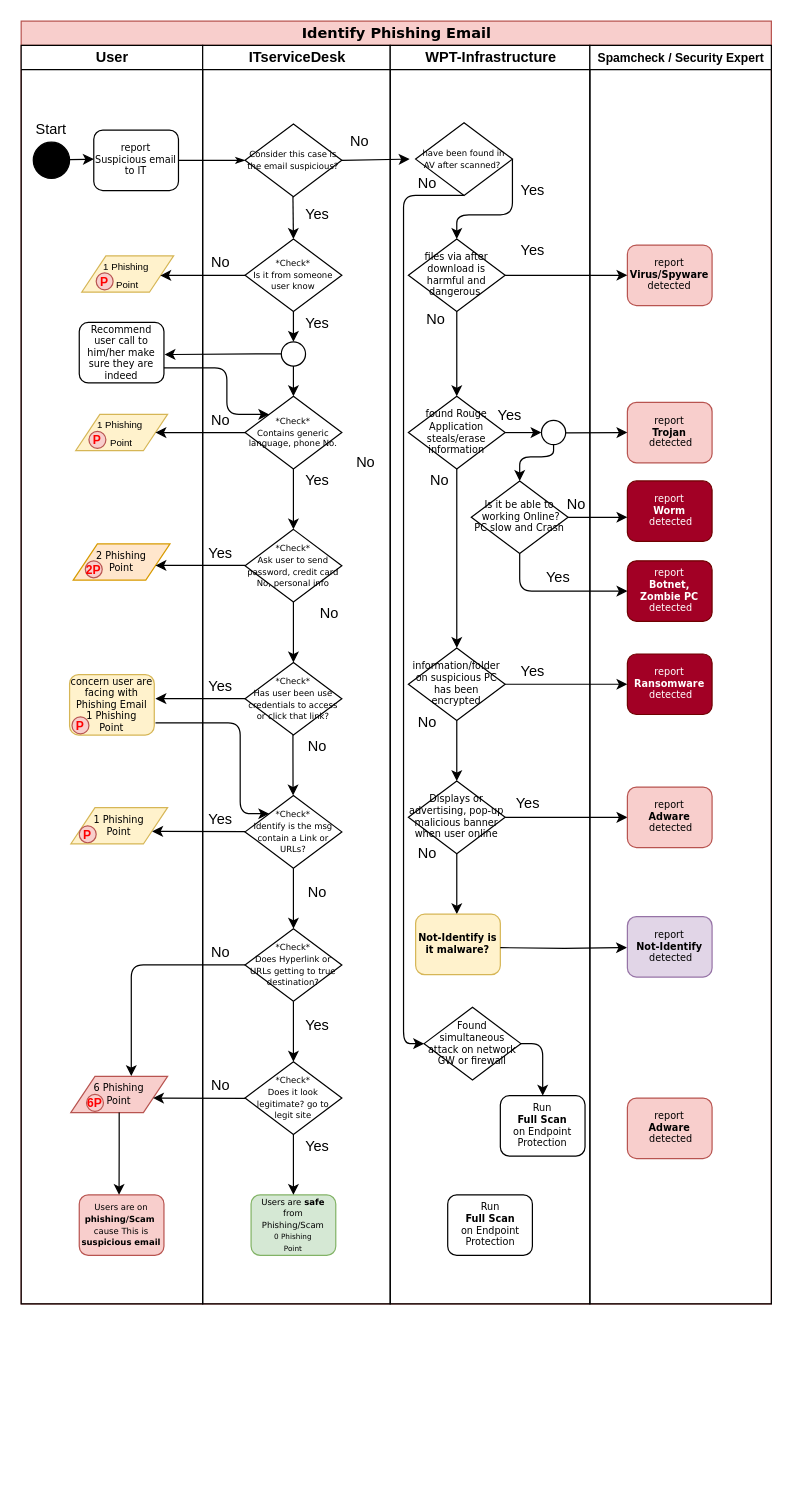
psukasame/sukasamecloud keeps this draw.io diagram as Untitled Diagram.drawio. Above is the earlier version. Source tidied: cells renumbered, new cells numbered last; positions are measured from the earlier drawing's top-left corner, leaving out a move shared by most shapes. Both pictures are drawn from the tidied source at 121%, with x=0, y=0 at pixel (21, 21).
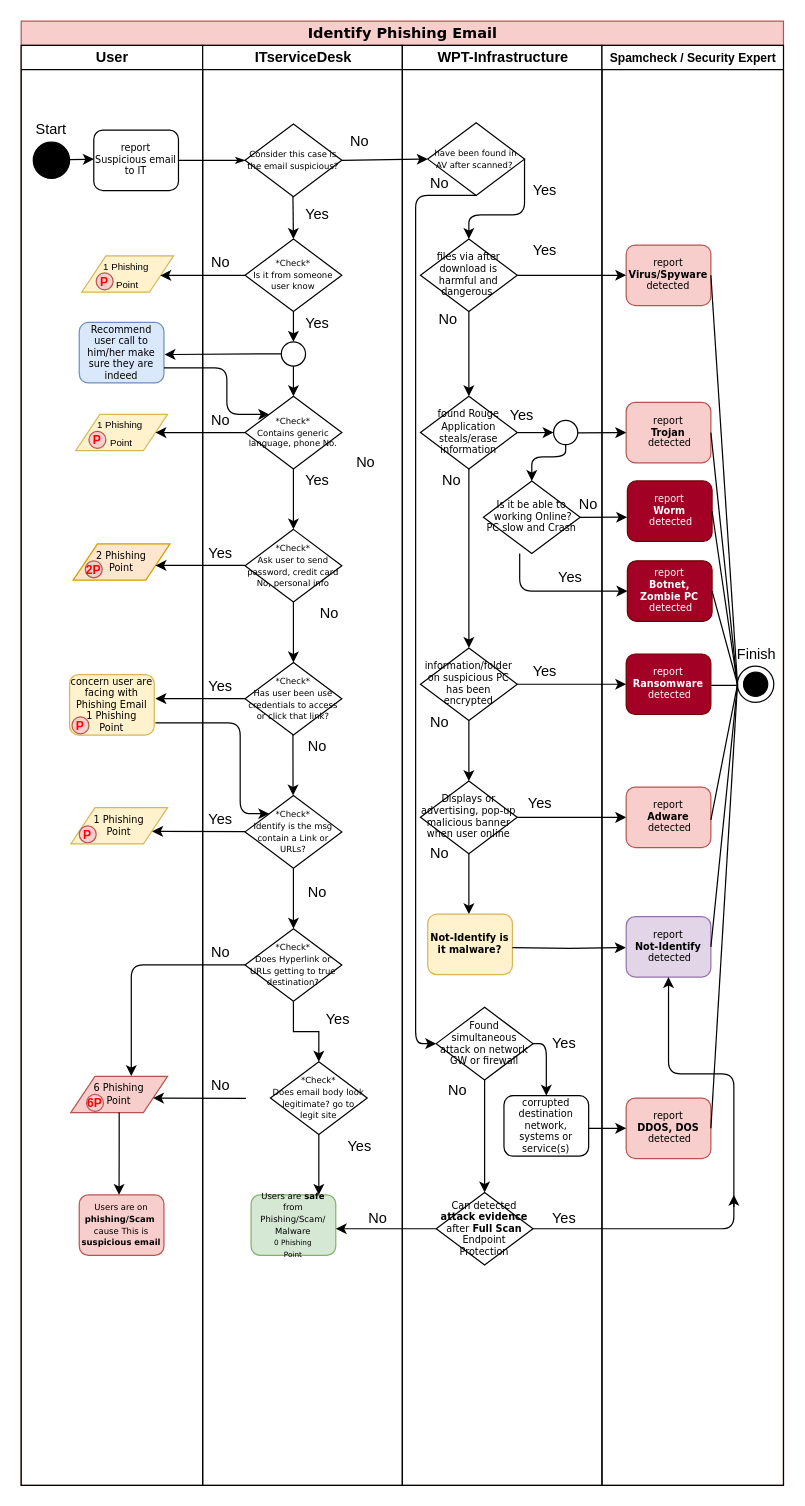
Above is the later version.

Unchanged cells that the change refers to:
```xml
<mxCell id="65" value="&lt;span style=&quot;font-size: 7px&quot;&gt;Consider this case is the email suspicious?&lt;/span&gt;" style="rhombus;whiteSpace=wrap;html=1;rounded=0;shadow=0;labelBackgroundColor=none;strokeWidth=1;fontFamily=Verdana;fontSize=8;align=center;" parent="28" vertex="1">
  <mxGeometry x="35" y="65" width="80" height="60" as="geometry" />
</mxCell>
<mxCell id="74" value="&lt;span style=&quot;font-size: 7px&quot;&gt;have been found in AV after scanned?&amp;nbsp;&lt;/span&gt;" style="rhombus;whiteSpace=wrap;html=1;rounded=0;shadow=0;labelBackgroundColor=none;strokeWidth=1;fontFamily=Verdana;fontSize=8;align=center;" parent="73" vertex="1">
  <mxGeometry x="21" y="64" width="80" height="60" as="geometry" />
</mxCell>
<mxCell id="92" value="Found simultaneous attack on network GW or firewall" style="rhombus;whiteSpace=wrap;html=1;rounded=0;shadow=0;labelBackgroundColor=none;strokeWidth=1;fontFamily=Verdana;fontSize=8;align=center;" parent="73" vertex="1">
  <mxGeometry x="28" y="795" width="80" height="60" as="geometry" />
</mxCell>
<mxCell id="94" value="Is it be able to&lt;br&gt;&amp;nbsp;working Online?&lt;br&gt;PC slow and Crash" style="rhombus;whiteSpace=wrap;html=1;rounded=0;shadow=0;labelBackgroundColor=none;strokeWidth=1;fontFamily=Verdana;fontSize=8;align=center;" parent="73" vertex="1">
  <mxGeometry x="67" y="360" width="80" height="60" as="geometry" />
</mxCell>
```

The edit, as a diff of the source:
```diff
@@
     <mxCell id="2" value="&lt;font style=&quot;font-size: 12px&quot;&gt;Identify Phishing Email&lt;/font&gt;" style="swimlane;html=1;startSize=20;rounded=0;shadow=0;labelBackgroundColor=none;strokeWidth=1;fontFamily=Verdana;fontSize=8;align=center;fillColor=#f8cecc;strokeColor=#b85450;" parent="1" vertex="1">
-      <mxGeometry width="620" height="1060" as="geometry" />
+      <mxGeometry width="630" height="1210" as="geometry" />
     </mxCell>
@@
     <mxCell id="4" value="User" style="swimlane;html=1;startSize=20;" parent="2" vertex="1">
-      <mxGeometry y="20" width="150" height="1040" as="geometry" />
+      <mxGeometry y="20" width="150" height="1190" as="geometry" />
     </mxCell>
@@
-    <mxCell id="12" value="Recommend user call to him/her make sure they are indeed" style="rounded=1;whiteSpace=wrap;html=1;shadow=0;labelBackgroundColor=none;strokeWidth=1;fontFamily=Verdana;fontSize=8;align=center;" parent="4" vertex="1">
+    <mxCell id="12" value="Recommend user call to him/her make sure they are indeed" style="rounded=1;whiteSpace=wrap;html=1;shadow=0;labelBackgroundColor=none;strokeWidth=1;fontFamily=Verdana;fontSize=8;align=center;fillColor=#dae8fc;strokeColor=#6c8ebf;" parent="4" vertex="1">
       <mxGeometry x="48" y="229" width="70" height="50" as="geometry" />
     </mxCell>
@@
     <mxCell id="28" value="ITserviceDesk" style="swimlane;html=1;startSize=20;" parent="2" vertex="1">
-      <mxGeometry x="150" y="20" width="155" height="1040" as="geometry" />
+      <mxGeometry x="150" y="20" width="165" height="1190" as="geometry" />
     </mxCell>
@@
-    <mxCell id="51" value="&lt;span style=&quot;font-size: 7px&quot;&gt;*Check*&lt;br&gt;Does it look legitimate? go to &lt;br&gt;legit site&lt;/span&gt;" style="rhombus;whiteSpace=wrap;html=1;rounded=0;shadow=0;labelBackgroundColor=none;strokeWidth=1;fontFamily=Verdana;fontSize=8;align=center;" parent="28" vertex="1">
-      <mxGeometry x="35" y="840" width="80" height="60" as="geometry" />
+    <mxCell id="51" value="&lt;span style=&quot;font-size: 7px&quot;&gt;*Check*&lt;br&gt;Does email body look legitimate? go to &lt;br&gt;legit site&lt;/span&gt;" style="rhombus;whiteSpace=wrap;html=1;rounded=0;shadow=0;labelBackgroundColor=none;strokeWidth=1;fontFamily=Verdana;fontSize=8;align=center;" parent="28" vertex="1">
+      <mxGeometry x="56" y="840" width="80" height="60" as="geometry" />
     </mxCell>
@@
     <mxCell id="55" value="Yes" style="text;html=1;strokeColor=none;fillColor=none;align=center;verticalAlign=middle;whiteSpace=wrap;rounded=0;" parent="28" vertex="1">
-      <mxGeometry x="75" y="800" width="40" height="20" as="geometry" />
+      <mxGeometry x="92" y="795" width="40" height="20" as="geometry" />
     </mxCell>
@@
-    <mxCell id="57" value="&lt;span style=&quot;font-size: 7px&quot;&gt;Users are&lt;b&gt; safe &lt;/b&gt;from Phishing/Scam&lt;br&gt;&lt;/span&gt;&lt;font style=&quot;font-size: 6px&quot;&gt;0 Phishing&lt;br&gt;Point&lt;/font&gt;&lt;span style=&quot;font-size: 7px&quot;&gt;&lt;br&gt;&lt;/span&gt;" style="rounded=1;whiteSpace=wrap;html=1;shadow=0;labelBackgroundColor=none;strokeWidth=1;fontFamily=Verdana;fontSize=8;align=center;fillColor=#d5e8d4;strokeColor=#82b366;" parent="28" vertex="1">
+    <mxCell id="57" value="&lt;span style=&quot;font-size: 7px&quot;&gt;Users are&lt;b&gt; safe &lt;/b&gt;from Phishing/Scam/&lt;br&gt;Malware&lt;br&gt;&lt;/span&gt;&lt;font style=&quot;font-size: 6px&quot;&gt;0 Phishing&lt;br&gt;Point&lt;/font&gt;&lt;span style=&quot;font-size: 7px&quot;&gt;&lt;br&gt;&lt;/span&gt;" style="rounded=1;whiteSpace=wrap;html=1;shadow=0;labelBackgroundColor=none;strokeWidth=1;fontFamily=Verdana;fontSize=8;align=center;fillColor=#d5e8d4;strokeColor=#82b366;" parent="28" vertex="1">
       <mxGeometry x="40" y="950" width="70" height="50" as="geometry" />
     </mxCell>
@@
     <mxCell id="61" style="edgeStyle=orthogonalEdgeStyle;rounded=0;orthogonalLoop=1;jettySize=auto;html=1;" parent="28" edge="1">
       <mxGeometry relative="1" as="geometry">
-        <mxPoint x="75" y="900" as="sourcePoint" />
-        <mxPoint x="75" y="950" as="targetPoint" />
+        <mxPoint x="96" y="900" as="sourcePoint" />
+        <mxPoint x="96" y="950" as="targetPoint" />
       </mxGeometry>
     </mxCell>
@@
     <mxCell id="63" value="Yes" style="text;html=1;strokeColor=none;fillColor=none;align=center;verticalAlign=middle;whiteSpace=wrap;rounded=0;" parent="28" vertex="1">
-      <mxGeometry x="75" y="900" width="40" height="20" as="geometry" />
+      <mxGeometry x="110" y="900" width="40" height="20" as="geometry" />
     </mxCell>
@@
+    <mxCell id="121" value="No" style="text;html=1;strokeColor=none;fillColor=none;align=center;verticalAlign=middle;whiteSpace=wrap;rounded=0;" parent="28" vertex="1">
+      <mxGeometry x="125" y="960" width="40" height="20" as="geometry" />
+    </mxCell>
@@
-    <mxCell id="71" style="endArrow=classic;html=1;exitX=1;exitY=0.5;exitDx=0;exitDy=0;" parent="2" edge="1" source="65">
-      <mxGeometry relative="1" as="geometry">
-        <mxPoint x="321" y="114" as="targetPoint" />
-      </mxGeometry>
+    <mxCell id="71" style="endArrow=classic;html=1;exitX=1;exitY=0.5;exitDx=0;exitDy=0;entryX=0;entryY=0.5;entryDx=0;entryDy=0;" parent="2" edge="1" source="65" target="74">
+      <mxGeometry relative="1" as="geometry" />
     </mxCell>
@@
     <mxCell id="73" value="WPT-Infrastructure" style="swimlane;html=1;startSize=20;" parent="2" vertex="1">
-      <mxGeometry x="305" y="20" width="165" height="1040" as="geometry" />
+      <mxGeometry x="315" y="20" width="165" height="1190" as="geometry" />
     </mxCell>
@@
-    <mxCell id="104" value="Run&lt;br&gt;&lt;b&gt;Full Scan&lt;/b&gt;&lt;br&gt;on Endpoint Protection" style="rounded=1;whiteSpace=wrap;html=1;shadow=0;labelBackgroundColor=none;strokeWidth=1;fontFamily=Verdana;fontSize=8;align=center;" parent="73" vertex="1">
-      <mxGeometry x="47.5" y="950" width="70" height="50" as="geometry" />
-    </mxCell>
-    <mxCell id="105" value="Run&lt;br&gt;&lt;b&gt;Full Scan&lt;/b&gt;&lt;br&gt;on Endpoint Protection" style="rounded=1;whiteSpace=wrap;html=1;shadow=0;labelBackgroundColor=none;strokeWidth=1;fontFamily=Verdana;fontSize=8;align=center;" parent="73" vertex="1">
-      <mxGeometry x="91" y="868" width="70" height="50" as="geometry" />
+    <mxCell id="105" value="corrupted destination network, systems or service(s)" style="rounded=1;whiteSpace=wrap;html=1;shadow=0;labelBackgroundColor=none;strokeWidth=1;fontFamily=Verdana;fontSize=8;align=center;" parent="73" vertex="1">
+      <mxGeometry x="84" y="868" width="70" height="50" as="geometry" />
     </mxCell>
@@
+    <mxCell id="122" value="Yes" style="text;html=1;strokeColor=none;fillColor=none;align=center;verticalAlign=middle;whiteSpace=wrap;rounded=0;" parent="73" vertex="1">
+      <mxGeometry x="114" y="815" width="40" height="20" as="geometry" />
+    </mxCell>
+    <mxCell id="123" value="No" style="text;html=1;strokeColor=none;fillColor=none;align=center;verticalAlign=middle;whiteSpace=wrap;rounded=0;" parent="73" vertex="1">
+      <mxGeometry x="26" y="854" width="40" height="20" as="geometry" />
+    </mxCell>
+    <mxCell id="124" style="edgeStyle=segmentEdgeStyle;endArrow=classic;html=1;exitX=1;exitY=0.5;exitDx=0;exitDy=0;" parent="73" edge="1" source="138">
+      <mxGeometry relative="1" as="geometry">
+        <mxPoint x="274" y="950" as="targetPoint" />
+        <Array as="points">
+          <mxPoint x="274" y="978" />
+          <mxPoint x="274" y="950" />
+        </Array>
+      </mxGeometry>
+    </mxCell>
+    <mxCell id="125" value="Yes" style="text;html=1;strokeColor=none;fillColor=none;align=center;verticalAlign=middle;whiteSpace=wrap;rounded=0;" parent="73" vertex="1">
+      <mxGeometry x="114" y="960" width="40" height="20" as="geometry" />
+    </mxCell>
     <mxCell id="107" value="&lt;font style=&quot;font-size: 10px&quot;&gt;Spamcheck / Security Expert&lt;/font&gt;" style="swimlane;html=1;startSize=20;" parent="2" vertex="1">
-      <mxGeometry x="470" y="20" width="150" height="1040" as="geometry" />
+      <mxGeometry x="480" y="20" width="150" height="1190" as="geometry" />
     </mxCell>
     <mxCell id="108" value="report &lt;b&gt;Virus/Spyware&lt;/b&gt; detected" style="rounded=1;whiteSpace=wrap;html=1;shadow=0;labelBackgroundColor=none;strokeWidth=1;fontFamily=Verdana;fontSize=8;align=center;fillColor=#f8cecc;strokeColor=#b85450;" parent="107" vertex="1">
-      <mxGeometry x="31" y="165" width="70" height="50" as="geometry" />
+      <mxGeometry x="20" y="165" width="70" height="50" as="geometry" />
     </mxCell>
     <mxCell id="109" value="report &lt;br&gt;&lt;b&gt;Trojan&lt;br&gt;&lt;/b&gt;&amp;nbsp;detected" style="rounded=1;whiteSpace=wrap;html=1;shadow=0;labelBackgroundColor=none;strokeWidth=1;fontFamily=Verdana;fontSize=8;align=center;fillColor=#f8cecc;strokeColor=#b85450;" parent="107" vertex="1">
-      <mxGeometry x="31" y="295" width="70" height="50" as="geometry" />
+      <mxGeometry x="20" y="295" width="70" height="50" as="geometry" />
     </mxCell>
     <mxCell id="110" value="report &lt;br&gt;&lt;b&gt;Ransomware&lt;br&gt;&lt;/b&gt;&amp;nbsp;detected" style="rounded=1;whiteSpace=wrap;html=1;shadow=0;labelBackgroundColor=none;strokeWidth=1;fontFamily=Verdana;fontSize=8;align=center;fillColor=#a20025;strokeColor=#6F0000;fontColor=#ffffff;" parent="107" vertex="1">
-      <mxGeometry x="31" y="503" width="70" height="50" as="geometry" />
+      <mxGeometry x="20" y="503" width="70" height="50" as="geometry" />
     </mxCell>
     <mxCell id="111" value="report &lt;br&gt;&lt;b&gt;Worm&lt;br&gt;&lt;/b&gt;&amp;nbsp;detected" style="rounded=1;whiteSpace=wrap;html=1;shadow=0;labelBackgroundColor=none;strokeWidth=1;fontFamily=Verdana;fontSize=8;align=center;fillColor=#a20025;strokeColor=#6F0000;fontColor=#ffffff;" parent="107" vertex="1">
-      <mxGeometry x="31" y="360" width="70" height="50" as="geometry" />
+      <mxGeometry x="21" y="360" width="70" height="50" as="geometry" />
     </mxCell>
-    <mxCell id="112" style="endArrow=classic;html=1;entryX=0;entryY=0.5;entryDx=0;entryDy=0;exitX=1;exitY=0.5;exitDx=0;exitDy=0;" parent="107" edge="1" source="94">
-      <mxGeometry relative="1" as="geometry">
-        <mxPoint x="31" y="390" as="targetPoint" />
-      </mxGeometry>
-    </mxCell>
     <mxCell id="113" value="report &lt;br&gt;&lt;b&gt;Botnet, Zombie PC&lt;br&gt;&lt;/b&gt;&amp;nbsp;detected" style="rounded=1;whiteSpace=wrap;html=1;shadow=0;labelBackgroundColor=none;strokeWidth=1;fontFamily=Verdana;fontSize=8;align=center;fillColor=#a20025;strokeColor=#6F0000;fontColor=#ffffff;" parent="107" vertex="1">
-      <mxGeometry x="31" y="426" width="70" height="50" as="geometry" />
+      <mxGeometry x="21" y="426" width="70" height="50" as="geometry" />
     </mxCell>
     <mxCell id="114" value="report&lt;br&gt;&lt;b&gt;Adware&lt;br&gt;&lt;/b&gt;&amp;nbsp;detected" style="rounded=1;whiteSpace=wrap;html=1;shadow=0;labelBackgroundColor=none;strokeWidth=1;fontFamily=Verdana;fontSize=8;align=center;fillColor=#f8cecc;strokeColor=#b85450;" parent="107" vertex="1">
-      <mxGeometry x="31" y="613" width="70" height="50" as="geometry" />
+      <mxGeometry x="20" y="613" width="70" height="50" as="geometry" />
     </mxCell>
     <mxCell id="115" value="report&lt;br&gt;&lt;b&gt;Not-Identify&lt;br&gt;&lt;/b&gt;&amp;nbsp;detected" style="rounded=1;whiteSpace=wrap;html=1;shadow=0;labelBackgroundColor=none;strokeWidth=1;fontFamily=Verdana;fontSize=8;align=center;fillColor=#e1d5e7;strokeColor=#9673a6;" parent="107" vertex="1">
-      <mxGeometry x="31" y="720" width="70" height="50" as="geometry" />
+      <mxGeometry x="20" y="720" width="70" height="50" as="geometry" />
     </mxCell>
-    <mxCell id="116" value="report&lt;br&gt;&lt;b&gt;Adware&lt;br&gt;&lt;/b&gt;&amp;nbsp;detected" style="rounded=1;whiteSpace=wrap;html=1;shadow=0;labelBackgroundColor=none;strokeWidth=1;fontFamily=Verdana;fontSize=8;align=center;fillColor=#f8cecc;strokeColor=#b85450;" parent="107" vertex="1">
-      <mxGeometry x="31" y="870" width="70" height="50" as="geometry" />
+    <mxCell id="116" value="report&lt;br&gt;&lt;b&gt;DDOS, DOS&lt;br&gt;&lt;/b&gt;&amp;nbsp;detected" style="rounded=1;whiteSpace=wrap;html=1;shadow=0;labelBackgroundColor=none;strokeWidth=1;fontFamily=Verdana;fontSize=8;align=center;fillColor=#f8cecc;strokeColor=#b85450;" parent="107" vertex="1">
+      <mxGeometry x="20" y="870" width="70" height="50" as="geometry" />
     </mxCell>
+    <mxCell id="126" style="endArrow=classic;html=1;exitX=0.996;exitY=0.542;exitDx=0;exitDy=0;exitPerimeter=0;" parent="107" edge="1" source="105">
+      <mxGeometry relative="1" as="geometry">
+        <mxPoint x="20" y="895" as="targetPoint" />
+      </mxGeometry>
+    </mxCell>
+    <mxCell id="127" style="ellipse;whiteSpace=wrap;html=1;fillColor=#FFFFFF;" parent="107" vertex="1">
+      <mxGeometry x="112" y="513" width="30" height="30" as="geometry" />
+    </mxCell>
+    <mxCell id="128" style="endArrow=none;html=1;entryX=1;entryY=0.5;entryDx=0;entryDy=0;exitX=0;exitY=0.5;exitDx=0;exitDy=0;" parent="107" edge="1" source="127" target="108">
+      <mxGeometry relative="1" as="geometry" />
+    </mxCell>
+    <mxCell id="129" style="endArrow=none;html=1;entryX=1;entryY=0.5;entryDx=0;entryDy=0;exitX=0;exitY=0.567;exitDx=0;exitDy=0;exitPerimeter=0;" parent="107" edge="1" source="127" target="109">
+      <mxGeometry relative="1" as="geometry" />
+    </mxCell>
+    <mxCell id="130" style="endArrow=none;html=1;entryX=1;entryY=0.5;entryDx=0;entryDy=0;exitX=-0.002;exitY=0.509;exitDx=0;exitDy=0;exitPerimeter=0;" parent="107" edge="1" source="127" target="111">
+      <mxGeometry relative="1" as="geometry" />
+    </mxCell>
+    <mxCell id="131" style="endArrow=none;html=1;entryX=1;entryY=0.5;entryDx=0;entryDy=0;exitX=0;exitY=0.5;exitDx=0;exitDy=0;" parent="107" edge="1" source="127" target="113">
+      <mxGeometry relative="1" as="geometry" />
+    </mxCell>
+    <mxCell id="132" style="endArrow=none;html=1;entryX=0.999;entryY=0.519;entryDx=0;entryDy=0;entryPerimeter=0;exitX=0.007;exitY=0.533;exitDx=0;exitDy=0;exitPerimeter=0;" parent="107" edge="1" source="127" target="110">
+      <mxGeometry relative="1" as="geometry" />
+    </mxCell>
+    <mxCell id="133" style="endArrow=none;html=1;entryX=0.005;entryY=0.48;entryDx=0;entryDy=0;entryPerimeter=0;" parent="107" edge="1" target="127">
+      <mxGeometry relative="1" as="geometry">
+        <mxPoint x="90" y="640" as="sourcePoint" />
+      </mxGeometry>
+    </mxCell>
+    <mxCell id="134" style="endArrow=none;html=1;exitX=1;exitY=0.5;exitDx=0;exitDy=0;entryX=0;entryY=0.5;entryDx=0;entryDy=0;" parent="107" edge="1" source="115" target="127">
+      <mxGeometry relative="1" as="geometry" />
+    </mxCell>
+    <mxCell id="135" style="endArrow=none;html=1;entryX=0;entryY=0.5;entryDx=0;entryDy=0;exitX=1;exitY=0.5;exitDx=0;exitDy=0;" parent="107" edge="1" source="116" target="127">
+      <mxGeometry relative="1" as="geometry" />
+    </mxCell>
+    <mxCell id="136" style="ellipse;whiteSpace=wrap;html=1;fillColor=#000000;" parent="107" vertex="1">
+      <mxGeometry x="117" y="518" width="20" height="20" as="geometry" />
+    </mxCell>
+    <mxCell id="137" value="Finish" style="text;html=1;strokeColor=none;fillColor=none;align=center;verticalAlign=middle;whiteSpace=wrap;rounded=0;" parent="107" vertex="1">
+      <mxGeometry x="108" y="494" width="40" height="20" as="geometry" />
+    </mxCell>
@@
+    <mxCell id="112" style="endArrow=classic;html=1;exitX=1;exitY=0.5;exitDx=0;exitDy=0;entryX=-0.003;entryY=0.599;entryDx=0;entryDy=0;entryPerimeter=0;" parent="2" edge="1" source="94" target="111">
+      <mxGeometry relative="1" as="geometry" />
+    </mxCell>
+    <mxCell id="138" value="Can detected&lt;b&gt; attack&amp;nbsp;evidence&lt;/b&gt;&lt;br&gt;after&lt;b&gt; Full Scan&lt;/b&gt;&lt;br&gt;Endpoint Protection" style="rhombus;whiteSpace=wrap;html=1;rounded=0;shadow=0;labelBackgroundColor=none;strokeWidth=1;fontFamily=Verdana;fontSize=8;align=center;" parent="1" vertex="1">
+      <mxGeometry x="343" y="968" width="80" height="60" as="geometry" />
+    </mxCell>
+    <mxCell id="139" style="edgeStyle=orthogonalEdgeStyle;rounded=0;jettySize=auto;html=1;" parent="1" edge="1" source="92" target="138">
+      <mxGeometry relative="1" as="geometry" />
+    </mxCell>
+    <mxCell id="140" style="endArrow=classic;html=1;exitX=0;exitY=0.5;exitDx=0;exitDy=0;entryX=1;entryY=0.56;entryDx=0;entryDy=0;entryPerimeter=0;" parent="1" edge="1" source="138" target="57">
+      <mxGeometry relative="1" as="geometry" />
+    </mxCell>
+    <mxCell id="141" style="edgeStyle=elbowEdgeStyle;elbow=vertical;endArrow=classic;html=1;entryX=0.5;entryY=1;entryDx=0;entryDy=0;" parent="1" edge="1" target="115">
+      <mxGeometry relative="1" as="geometry">
+        <mxPoint x="589" y="980" as="sourcePoint" />
+        <Array as="points">
+          <mxPoint x="569" y="870" />
+          <mxPoint x="579" y="860" />
+        </Array>
+      </mxGeometry>
+    </mxCell>
```
